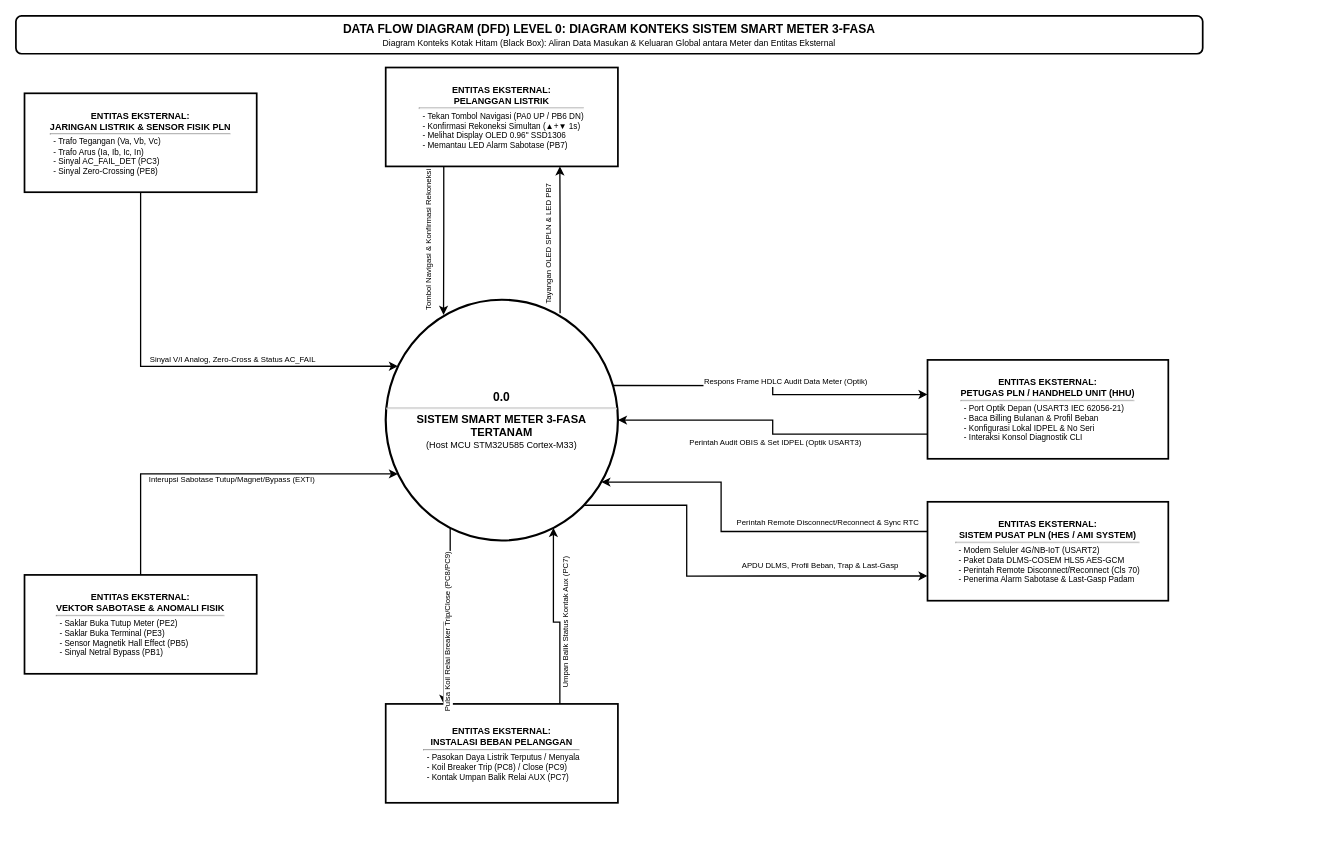
This is page "DFD Level 0: Diagram Konteks" (1 of 3) of docs/system_dfd_diagram.drawio.xml from Kevla27/ALLIN, a draw.io file, before an edit. Source tidied: cells renumbered, new cells numbered last; positions are measured from the earlier drawing's top-left corner, leaving out a move shared by most shapes. Both pictures are drawn from the tidied source at 86%, with x=0, y=0 at pixel (15, 15).
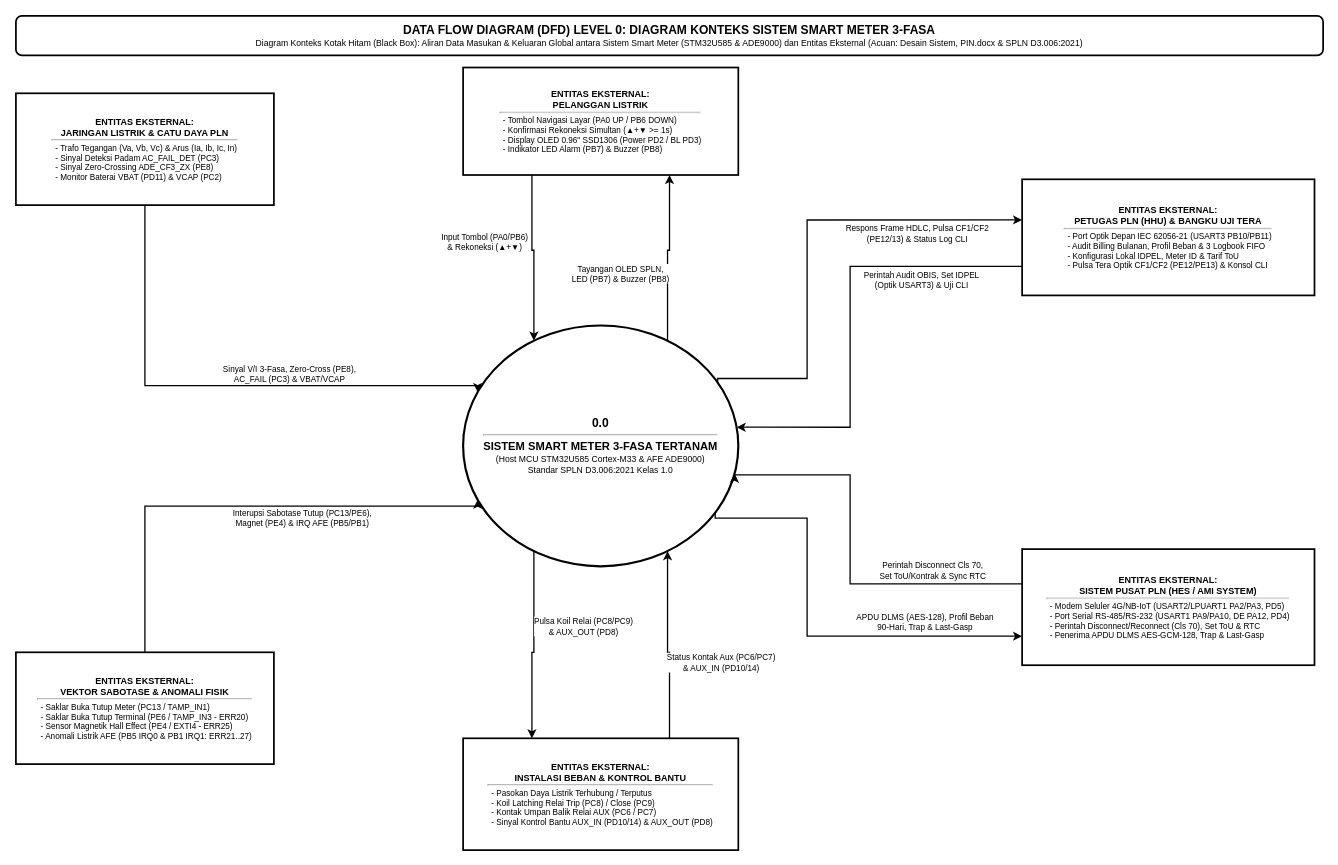
After the change.

Commit message (it also covers changes not shown here):
docs(dfd): synchronize DFD Level 0, 1, 2 with Design For ECE, Desain Sistem, PIN.docx, and SPLN D3.006 (LOG-077)

What changed in the source:
```diff
@@
-    <mxCell id="2" value="&lt;b style=&quot;font-size: 14px;&quot;&gt;DATA FLOW DIAGRAM (DFD) LEVEL 0: DIAGRAM KONTEKS SISTEM SMART METER 3-FASA&lt;/b&gt;&lt;br/&gt;&lt;font style=&quot;font-size: 10px;&quot;&gt;Diagram Konteks Kotak Hitam (Black Box): Aliran Data Masukan &amp;amp; Keluaran Global antara Meter dan Entitas Eksternal&lt;/font&gt;" style="rounded=1;whiteSpace=wrap;html=1;fillColor=#ffffff;strokeColor=#000000;strokeWidth=2;fontColor=#000000;fontSize=12;align=center;fontFamily=Helvetica;" parent="1" vertex="1">
-      <mxGeometry width="1380" height="44" as="geometry" />
+    <mxCell id="2" value="&lt;b style=&quot;font-size: 14px;&quot;&gt;DATA FLOW DIAGRAM (DFD) LEVEL 0: DIAGRAM KONTEKS SISTEM SMART METER 3-FASA&lt;/b&gt;&lt;br/&gt;&lt;font style=&quot;font-size: 10px;&quot;&gt;Diagram Konteks Kotak Hitam (Black Box): Aliran Data Masukan &amp;amp; Keluaran Global antara Sistem Smart Meter (STM32U585 &amp;amp; ADE9000) dan Entitas Eksternal (Acuan: Desain Sistem, PIN.docx &amp;amp; SPLN D3.006:2021)&lt;/font&gt;" style="rounded=1;whiteSpace=wrap;html=1;fillColor=#ffffff;strokeColor=#000000;strokeWidth=2;fontColor=#000000;fontSize=12;align=center;fontFamily=Helvetica;" parent="1" vertex="1">
+      <mxGeometry width="1520" height="46" as="geometry" />
     </mxCell>
-    <mxCell id="3" value="&lt;b style=&quot;font-size:14px;&quot;&gt;0.0&lt;/b&gt;&lt;hr style=&quot;margin:4px 0;&quot;/&gt;&lt;b style=&quot;font-size:13px;&quot;&gt;SISTEM SMART METER 3-FASA TERTANAM&lt;/b&gt;&lt;br/&gt;&lt;font style=&quot;font-size:10.5px;&quot;&gt;(Host MCU STM32U585 Cortex-M33)&lt;/font&gt;" style="ellipse;whiteSpace=wrap;html=1;fillColor=#ffffff;strokeColor=#000000;strokeWidth=2.5;fontColor=#000000;fontSize=11;fontFamily=Helvetica;align=center;" parent="1" vertex="1">
-      <mxGeometry x="430" y="330" width="270" height="280" as="geometry" />
+    <mxCell id="3" value="&lt;b style=&quot;font-size:14px;&quot;&gt;0.0&lt;/b&gt;&lt;hr style=&quot;margin:4px 0;&quot;/&gt;&lt;b style=&quot;font-size:13px;&quot;&gt;SISTEM SMART METER 3-FASA TERTANAM&lt;/b&gt;&lt;br/&gt;&lt;font style=&quot;font-size:10px;&quot;&gt;(Host MCU STM32U585 Cortex-M33 &amp;amp; AFE ADE9000)&lt;br/&gt;Standar SPLN D3.006:2021 Kelas 1.0&lt;/font&gt;" style="ellipse;whiteSpace=wrap;html=1;fillColor=#ffffff;strokeColor=#000000;strokeWidth=2.5;fontColor=#000000;fontSize=11;fontFamily=Helvetica;align=center;" parent="1" vertex="1">
+      <mxGeometry x="520" y="360" width="320" height="280" as="geometry" />
     </mxCell>
-    <mxCell id="4" value="&lt;b&gt;ENTITAS EKSTERNAL:&lt;br/&gt;JARINGAN LISTRIK &amp;amp; SENSOR FISIK PLN&lt;/b&gt;&lt;hr style=&quot;margin:2px 0;&quot;/&gt;&lt;div style=&quot;font-size:9.5px;text-align:left;padding-left:4px;&quot;&gt;- Trafo Tegangan (Va, Vb, Vc)&lt;br/&gt;- Trafo Arus (Ia, Ib, Ic, In)&lt;br/&gt;- Sinyal AC_FAIL_DET (PC3)&lt;br/&gt;- Sinyal Zero-Crossing (PE8)&lt;/div&gt;" style="rounded=0;whiteSpace=wrap;html=1;fillColor=#ffffff;strokeColor=#000000;strokeWidth=2;fontColor=#000000;fontSize=10.5;fontFamily=Helvetica;align=center;" parent="1" vertex="1">
-      <mxGeometry x="10" y="90" width="270" height="115" as="geometry" />
+    <mxCell id="4" value="&lt;b&gt;ENTITAS EKSTERNAL:&lt;br/&gt;JARINGAN LISTRIK &amp;amp; CATU DAYA PLN&lt;/b&gt;&lt;hr style=&quot;margin:2px 0;&quot;/&gt;&lt;div style=&quot;font-size:9.5px;text-align:left;padding-left:4px;&quot;&gt;- Trafo Tegangan (Va, Vb, Vc) &amp;amp; Arus (Ia, Ib, Ic, In)&lt;br/&gt;- Sinyal Deteksi Padam AC_FAIL_DET (PC3)&lt;br/&gt;- Sinyal Zero-Crossing ADE_CF3_ZX (PE8)&lt;br/&gt;- Monitor Baterai VBAT (PD11) &amp;amp; VCAP (PC2)&lt;/div&gt;" style="rounded=0;whiteSpace=wrap;html=1;fillColor=#ffffff;strokeColor=#000000;strokeWidth=2;fontColor=#000000;fontSize=10.5;fontFamily=Helvetica;align=center;" parent="1" vertex="1">
+      <mxGeometry y="90" width="300" height="130" as="geometry" />
     </mxCell>
-    <mxCell id="5" value="&lt;b&gt;ENTITAS EKSTERNAL:&lt;br/&gt;VEKTOR SABOTASE &amp;amp; ANOMALI FISIK&lt;/b&gt;&lt;hr style=&quot;margin:2px 0;&quot;/&gt;&lt;div style=&quot;font-size:9.5px;text-align:left;padding-left:4px;&quot;&gt;- Saklar Buka Tutup Meter (PE2)&lt;br/&gt;- Saklar Buka Terminal (PE3)&lt;br/&gt;- Sensor Magnetik Hall Effect (PB5)&lt;br/&gt;- Sinyal Netral Bypass (PB1)&lt;/div&gt;" style="rounded=0;whiteSpace=wrap;html=1;fillColor=#ffffff;strokeColor=#000000;strokeWidth=2;fontColor=#000000;fontSize=10.5;fontFamily=Helvetica;align=center;" parent="1" vertex="1">
-      <mxGeometry x="10" y="650" width="270" height="115" as="geometry" />
+    <mxCell id="5" value="&lt;b&gt;ENTITAS EKSTERNAL:&lt;br/&gt;VEKTOR SABOTASE &amp;amp; ANOMALI FISIK&lt;/b&gt;&lt;hr style=&quot;margin:2px 0;&quot;/&gt;&lt;div style=&quot;font-size:9.5px;text-align:left;padding-left:4px;&quot;&gt;- Saklar Buka Tutup Meter (PC13 / TAMP_IN1)&lt;br/&gt;- Saklar Buka Tutup Terminal (PE6 / TAMP_IN3 - ERR20)&lt;br/&gt;- Sensor Magnetik Hall Effect (PE4 / EXTI4 - ERR25)&lt;br/&gt;- Anomali Listrik AFE (PB5 IRQ0 &amp;amp; PB1 IRQ1: ERR21..27)&lt;/div&gt;" style="rounded=0;whiteSpace=wrap;html=1;fillColor=#ffffff;strokeColor=#000000;strokeWidth=2;fontColor=#000000;fontSize=10.5;fontFamily=Helvetica;align=center;" parent="1" vertex="1">
+      <mxGeometry y="740" width="300" height="130" as="geometry" />
     </mxCell>
-    <mxCell id="6" value="&lt;b&gt;ENTITAS EKSTERNAL:&lt;br/&gt;PELANGGAN LISTRIK&lt;/b&gt;&lt;hr style=&quot;margin:2px 0;&quot;/&gt;&lt;div style=&quot;font-size:9.5px;text-align:left;padding-left:4px;&quot;&gt;- Tekan Tombol Navigasi (PA0 UP / PB6 DN)&lt;br/&gt;- Konfirmasi Rekoneksi Simultan (▲+▼ 1s)&lt;br/&gt;- Melihat Display OLED 0.96&quot; SSD1306&lt;br/&gt;- Memantau LED Alarm Sabotase (PB7)&lt;/div&gt;" style="rounded=0;whiteSpace=wrap;html=1;fillColor=#ffffff;strokeColor=#000000;strokeWidth=2;fontColor=#000000;fontSize=10.5;fontFamily=Helvetica;align=center;" parent="1" vertex="1">
-      <mxGeometry x="430" y="60" width="270" height="115" as="geometry" />
+    <mxCell id="6" value="&lt;b&gt;ENTITAS EKSTERNAL:&lt;br/&gt;PELANGGAN LISTRIK&lt;/b&gt;&lt;hr style=&quot;margin:2px 0;&quot;/&gt;&lt;div style=&quot;font-size:9.5px;text-align:left;padding-left:4px;&quot;&gt;- Tombol Navigasi Layar (PA0 UP / PB6 DOWN)&lt;br/&gt;- Konfirmasi Rekoneksi Simultan (▲+▼ &amp;gt;= 1s)&lt;br/&gt;- Display OLED 0.96&quot; SSD1306 (Power PD2 / BL PD3)&lt;br/&gt;- Indikator LED Alarm (PB7) &amp;amp; Buzzer (PB8)&lt;/div&gt;" style="rounded=0;whiteSpace=wrap;html=1;fillColor=#ffffff;strokeColor=#000000;strokeWidth=2;fontColor=#000000;fontSize=10.5;fontFamily=Helvetica;align=center;" parent="1" vertex="1">
+      <mxGeometry x="520" y="60" width="320" height="125" as="geometry" />
     </mxCell>
-    <mxCell id="7" value="&lt;b&gt;ENTITAS EKSTERNAL:&lt;br/&gt;INSTALASI BEBAN PELANGGAN&lt;/b&gt;&lt;hr style=&quot;margin:2px 0;&quot;/&gt;&lt;div style=&quot;font-size:9.5px;text-align:left;padding-left:4px;&quot;&gt;- Pasokan Daya Listrik Terputus / Menyala&lt;br/&gt;- Koil Breaker Trip (PC8) / Close (PC9)&lt;br/&gt;- Kontak Umpan Balik Relai AUX (PC7)&lt;/div&gt;" style="rounded=0;whiteSpace=wrap;html=1;fillColor=#ffffff;strokeColor=#000000;strokeWidth=2;fontColor=#000000;fontSize=10.5;fontFamily=Helvetica;align=center;" parent="1" vertex="1">
-      <mxGeometry x="430" y="800" width="270" height="115" as="geometry" />
+    <mxCell id="7" value="&lt;b&gt;ENTITAS EKSTERNAL:&lt;br/&gt;INSTALASI BEBAN &amp;amp; KONTROL BANTU&lt;/b&gt;&lt;hr style=&quot;margin:2px 0;&quot;/&gt;&lt;div style=&quot;font-size:9.5px;text-align:left;padding-left:4px;&quot;&gt;- Pasokan Daya Listrik Terhubung / Terputus&lt;br/&gt;- Koil Latching Relai Trip (PC8) / Close (PC9)&lt;br/&gt;- Kontak Umpan Balik Relai AUX (PC6 / PC7)&lt;br/&gt;- Sinyal Kontrol Bantu AUX_IN (PD10/14) &amp;amp; AUX_OUT (PD8)&lt;/div&gt;" style="rounded=0;whiteSpace=wrap;html=1;fillColor=#ffffff;strokeColor=#000000;strokeWidth=2;fontColor=#000000;fontSize=10.5;fontFamily=Helvetica;align=center;" parent="1" vertex="1">
+      <mxGeometry x="520" y="840" width="320" height="130" as="geometry" />
     </mxCell>
-    <mxCell id="8" value="&lt;b&gt;ENTITAS EKSTERNAL:&lt;br/&gt;PETUGAS PLN / HANDHELD UNIT (HHU)&lt;/b&gt;&lt;hr style=&quot;margin:2px 0;&quot;/&gt;&lt;div style=&quot;font-size:9.5px;text-align:left;padding-left:4px;&quot;&gt;- Port Optik Depan (USART3 IEC 62056-21)&lt;br/&gt;- Baca Billing Bulanan &amp;amp; Profil Beban&lt;br/&gt;- Konfigurasi Lokal IDPEL &amp;amp; No Seri&lt;br/&gt;- Interaksi Konsol Diagnostik CLI&lt;/div&gt;" style="rounded=0;whiteSpace=wrap;html=1;fillColor=#ffffff;strokeColor=#000000;strokeWidth=2;fontColor=#000000;fontSize=10.5;fontFamily=Helvetica;align=center;" parent="1" vertex="1">
-      <mxGeometry x="1060" y="400" width="280" height="115" as="geometry" />
+    <mxCell id="8" value="&lt;b&gt;ENTITAS EKSTERNAL:&lt;br/&gt;PETUGAS PLN (HHU) &amp;amp; BANGKU UJI TERA&lt;/b&gt;&lt;hr style=&quot;margin:2px 0;&quot;/&gt;&lt;div style=&quot;font-size:9.5px;text-align:left;padding-left:4px;&quot;&gt;- Port Optik Depan IEC 62056-21 (USART3 PB10/PB11)&lt;br/&gt;- Audit Billing Bulanan, Profil Beban &amp;amp; 3 Logbook FIFO&lt;br/&gt;- Konfigurasi Lokal IDPEL, Meter ID &amp;amp; Tarif ToU&lt;br/&gt;- Pulsa Tera Optik CF1/CF2 (PE12/PE13) &amp;amp; Konsol CLI&lt;/div&gt;" style="rounded=0;whiteSpace=wrap;html=1;fillColor=#ffffff;strokeColor=#000000;strokeWidth=2;fontColor=#000000;fontSize=10.5;fontFamily=Helvetica;align=center;" parent="1" vertex="1">
+      <mxGeometry x="1170" y="190" width="340" height="135" as="geometry" />
     </mxCell>
-    <mxCell id="9" value="&lt;b&gt;ENTITAS EKSTERNAL:&lt;br/&gt;SISTEM PUSAT PLN (HES / AMI SYSTEM)&lt;/b&gt;&lt;hr style=&quot;margin:2px 0;&quot;/&gt;&lt;div style=&quot;font-size:9.5px;text-align:left;padding-left:4px;&quot;&gt;- Modem Seluler 4G/NB-IoT (USART2)&lt;br/&gt;- Paket Data DLMS-COSEM HLS5 AES-GCM&lt;br/&gt;- Perintah Remote Disconnect/Reconnect (Cls 70)&lt;br/&gt;- Penerima Alarm Sabotase &amp;amp; Last-Gasp Padam&lt;/div&gt;" style="rounded=0;whiteSpace=wrap;html=1;fillColor=#ffffff;strokeColor=#000000;strokeWidth=2;fontColor=#000000;fontSize=10.5;fontFamily=Helvetica;align=center;" parent="1" vertex="1">
-      <mxGeometry x="1060" y="565" width="280" height="115" as="geometry" />
+    <mxCell id="9" value="&lt;b&gt;ENTITAS EKSTERNAL:&lt;br/&gt;SISTEM PUSAT PLN (HES / AMI SYSTEM)&lt;/b&gt;&lt;hr style=&quot;margin:2px 0;&quot;/&gt;&lt;div style=&quot;font-size:9.5px;text-align:left;padding-left:4px;&quot;&gt;- Modem Seluler 4G/NB-IoT (USART2/LPUART1 PA2/PA3, PD5)&lt;br/&gt;- Port Serial RS-485/RS-232 (USART1 PA9/PA10, DE PA12, PD4)&lt;br/&gt;- Perintah Disconnect/Reconnect (Cls 70), Set ToU &amp;amp; RTC&lt;br/&gt;- Penerima APDU DLMS AES-GCM-128, Trap &amp;amp; Last-Gasp&lt;/div&gt;" style="rounded=0;whiteSpace=wrap;html=1;fillColor=#ffffff;strokeColor=#000000;strokeWidth=2;fontColor=#000000;fontSize=10.5;fontFamily=Helvetica;align=center;" parent="1" vertex="1">
+      <mxGeometry x="1170" y="620" width="340" height="135" as="geometry" />
     </mxCell>
-    <mxCell id="10" value="Sinyal V/I Analog, Zero-Cross &amp;amp; Status AC_FAIL" style="edgeStyle=orthogonalEdgeStyle;rounded=0;jettySize=auto;html=1;strokeColor=#000000;strokeWidth=1.5;endArrow=classic;endFill=1;labelBackgroundColor=#ffffff;fontColor=#000000;fontSize=9;fontFamily=Helvetica;exitX=0.5;exitY=1;exitDx=0;exitDy=0;entryX=0;entryY=0.25;entryDx=0;entryDy=0;" parent="1" edge="1" source="4" target="3">
-      <mxGeometry x="0.23" y="7" relative="1" as="geometry">
+    <mxCell id="10" value="Sinyal V/I 3-Fasa, Zero-Cross (PE8),&lt;br/&gt;AC_FAIL (PC3) &amp;amp; VBAT/VCAP" style="edgeStyle=orthogonalEdgeStyle;rounded=0;jettySize=auto;html=1;strokeColor=#000000;strokeWidth=1.5;endArrow=classic;endFill=1;labelBackgroundColor=#ffffff;fontColor=#000000;fontSize=9.5;fontFamily=Helvetica;exitX=0.5;exitY=1;entryX=0;entryY=0.25;" parent="1" edge="1" source="4" target="3">
+      <mxGeometry x="0.25" y="14" relative="1" as="geometry">
         <Array as="points">
-          <mxPoint x="145" y="407.4" />
+          <mxPoint x="150" y="430" />
         </Array>
       </mxGeometry>
     </mxCell>
-    <mxCell id="11" value="Interupsi Sabotase Tutup/Magnet/Bypass (EXTI)" style="edgeStyle=orthogonalEdgeStyle;rounded=0;jettySize=auto;html=1;strokeColor=#000000;strokeWidth=1.5;endArrow=classic;endFill=1;labelBackgroundColor=#ffffff;fontColor=#000000;fontSize=9;fontFamily=Helvetica;exitX=0.5;exitY=0;exitDx=0;exitDy=0;entryX=0;entryY=0.75;entryDx=0;entryDy=0;" parent="1" edge="1" source="5" target="3">
-      <mxGeometry x="0.07" y="-7" relative="1" as="geometry">
+    <mxCell id="11" value="Interupsi Sabotase Tutup (PC13/PE6),&lt;br/&gt;Magnet (PE4) &amp;amp; IRQ AFE (PB5/PB1)" style="edgeStyle=orthogonalEdgeStyle;rounded=0;jettySize=auto;html=1;strokeColor=#000000;strokeWidth=1.5;endArrow=classic;endFill=1;labelBackgroundColor=#ffffff;fontColor=#000000;fontSize=9.5;fontFamily=Helvetica;exitX=0.5;exitY=0;entryX=0;entryY=0.75;" parent="1" edge="1" source="5" target="3">
+      <mxGeometry x="0.25" y="-14" relative="1" as="geometry">
         <Array as="points">
-          <mxPoint x="145" y="532.6" />
+          <mxPoint x="150" y="570" />
         </Array>
       </mxGeometry>
     </mxCell>
-    <mxCell id="12" value="Tombol Navigasi &amp;amp; Konfirmasi Rekoneksi" style="edgeStyle=orthogonalEdgeStyle;rounded=0;jettySize=auto;html=1;strokeColor=#000000;strokeWidth=1.5;endArrow=classic;endFill=1;labelBackgroundColor=#ffffff;fontColor=#000000;fontSize=9;fontFamily=Helvetica;exitX=0.25;exitY=1;exitDx=0;exitDy=0;entryX=0.249;entryY=0.063;entryDx=0;entryDy=0;entryPerimeter=0;horizontal=0;" parent="1" edge="1" source="6" target="3">
-      <mxGeometry x="-0.01" y="-17" relative="1" as="geometry" />
+    <mxCell id="12" value="Input Tombol (PA0/PB6)&lt;br/&gt;&amp;amp; Rekoneksi (▲+▼)" style="edgeStyle=orthogonalEdgeStyle;rounded=0;jettySize=auto;html=1;strokeColor=#000000;strokeWidth=1.5;endArrow=classic;endFill=1;labelBackgroundColor=#ffffff;fontColor=#000000;fontSize=9.5;fontFamily=Helvetica;exitX=0.25;exitY=1;entryX=0.25;entryY=0.05;" parent="1" edge="1" source="6" target="3">
+      <mxGeometry x="-0.2" y="-55" relative="1" as="geometry" />
     </mxCell>
-    <mxCell id="13" value="Tayangan OLED SPLN &amp;amp; LED PB7" style="edgeStyle=orthogonalEdgeStyle;rounded=0;jettySize=auto;html=1;strokeColor=#000000;strokeWidth=1.5;endArrow=classic;endFill=1;labelBackgroundColor=#ffffff;fontColor=#000000;fontSize=9;fontFamily=Helvetica;exitX=0.751;exitY=0.056;exitDx=0;exitDy=0;entryX=0.75;entryY=1;entryDx=0;entryDy=0;exitPerimeter=0;horizontal=0;" parent="1" edge="1" source="3" target="6">
-      <mxGeometry x="-0.07" y="13" relative="1" as="geometry" />
+    <mxCell id="13" value="Tayangan OLED SPLN,&lt;br/&gt;LED (PB7) &amp;amp; Buzzer (PB8)" style="edgeStyle=orthogonalEdgeStyle;rounded=0;jettySize=auto;html=1;strokeColor=#000000;strokeWidth=1.5;endArrow=classic;endFill=1;labelBackgroundColor=#ffffff;fontColor=#000000;fontSize=9.5;fontFamily=Helvetica;exitX=0.75;exitY=0.05;entryX=0.75;entryY=1;" parent="1" edge="1" source="3" target="6">
+      <mxGeometry x="-0.2" y="55" relative="1" as="geometry" />
     </mxCell>
-    <mxCell id="14" value="Pulsa Koil Relai Breaker Trip/Close (PC8/PC9)" style="edgeStyle=orthogonalEdgeStyle;rounded=0;jettySize=auto;html=1;strokeColor=#000000;strokeWidth=1.5;endArrow=classic;endFill=1;labelBackgroundColor=#ffffff;fontColor=#000000;fontSize=9;fontFamily=Helvetica;exitX=0.25;exitY=1;exitDx=0;exitDy=0;entryX=0.25;entryY=0;entryDx=0;entryDy=0;horizontal=0;" parent="1" edge="1" source="3" target="7">
-      <mxGeometry x="0.06" y="12" relative="1" as="geometry" />
+    <mxCell id="14" value="Pulsa Koil Relai (PC8/PC9)&lt;br/&gt;&amp;amp; AUX_OUT (PD8)" style="edgeStyle=orthogonalEdgeStyle;rounded=0;jettySize=auto;html=1;strokeColor=#000000;strokeWidth=1.5;endArrow=classic;endFill=1;labelBackgroundColor=#ffffff;fontColor=#000000;fontSize=9.5;fontFamily=Helvetica;exitX=0.25;exitY=0.95;entryX=0.25;entryY=0;" parent="1" edge="1" source="3" target="7">
+      <mxGeometry x="-0.2" y="58" relative="1" as="geometry" />
     </mxCell>
-    <mxCell id="15" value="Umpan Balik Status Kontak Aux (PC7)" style="edgeStyle=orthogonalEdgeStyle;rounded=0;jettySize=auto;html=1;strokeColor=#000000;strokeWidth=1.5;endArrow=classic;endFill=1;labelBackgroundColor=#ffffff;fontColor=#000000;fontSize=9;fontFamily=Helvetica;exitX=0.75;exitY=0;exitDx=0;exitDy=0;entryX=0.75;entryY=1;entryDx=0;entryDy=0;horizontal=0;" parent="1" edge="1" source="7" target="3">
-      <mxGeometry x="-0.11" y="-7" relative="1" as="geometry" />
+    <mxCell id="15" value="Status Kontak Aux (PC6/PC7)&lt;br/&gt;&amp;amp; AUX_IN (PD10/14)" style="edgeStyle=orthogonalEdgeStyle;rounded=0;jettySize=auto;html=1;strokeColor=#000000;strokeWidth=1.5;endArrow=classic;endFill=1;labelBackgroundColor=#ffffff;fontColor=#000000;fontSize=9.5;fontFamily=Helvetica;exitX=0.75;exitY=0;entryX=0.75;entryY=0.95;" parent="1" edge="1" source="7" target="3">
+      <mxGeometry x="-0.2" y="-60" relative="1" as="geometry" />
     </mxCell>
+    <mxCell id="17" value="Respons Frame HDLC, Pulsa CF1/CF2&lt;br/&gt;(PE12/13) &amp;amp; Status Log CLI" style="edgeStyle=orthogonalEdgeStyle;rounded=0;jettySize=auto;html=1;strokeColor=#000000;strokeWidth=1.5;endArrow=classic;endFill=1;labelBackgroundColor=#ffffff;fontColor=#000000;fontSize=9.5;fontFamily=Helvetica;exitX=0.95;exitY=0.22;entryX=0;entryY=0.35;" parent="1" edge="1" source="3" target="8">
+      <mxGeometry x="0.55" y="-16" relative="1" as="geometry">
+        <Array as="points">
+          <mxPoint x="920" y="421.6" />
+          <mxPoint x="920" y="237.2" />
+        </Array>
+      </mxGeometry>
+    </mxCell>
-    <mxCell id="16" value="Perintah Audit OBIS &amp;amp; Set IDPEL (Optik USART3)" style="edgeStyle=orthogonalEdgeStyle;rounded=0;jettySize=auto;html=1;strokeColor=#000000;strokeWidth=1.5;endArrow=classic;endFill=1;labelBackgroundColor=#ffffff;fontColor=#000000;fontSize=9;fontFamily=Helvetica;exitX=0;exitY=0.75;exitDx=0;exitDy=0;entryX=1;entryY=0.5;entryDx=0;entryDy=0;" parent="1" edge="1" source="8" target="3">
-      <mxGeometry x="-0.06" y="10" relative="1" as="geometry" />
+    <mxCell id="16" value="Perintah Audit OBIS, Set IDPEL&lt;br/&gt;(Optik USART3) &amp;amp; Uji CLI" style="edgeStyle=orthogonalEdgeStyle;rounded=0;jettySize=auto;html=1;strokeColor=#000000;strokeWidth=1.5;endArrow=classic;endFill=1;labelBackgroundColor=#ffffff;fontColor=#000000;fontSize=9.5;fontFamily=Helvetica;exitX=0;exitY=0.75;entryX=1;entryY=0.42;" parent="1" edge="1" source="8" target="3">
+      <mxGeometry x="-0.55" y="16" relative="1" as="geometry">
+        <Array as="points">
+          <mxPoint x="970" y="291.2" />
+          <mxPoint x="970" y="477.6" />
+        </Array>
+      </mxGeometry>
     </mxCell>
-    <mxCell id="17" value="Respons Frame HDLC Audit Data Meter (Optik)" style="edgeStyle=orthogonalEdgeStyle;rounded=0;jettySize=auto;html=1;strokeColor=#000000;strokeWidth=1.5;endArrow=classic;endFill=1;labelBackgroundColor=#ffffff;fontColor=#000000;fontSize=9;fontFamily=Helvetica;exitX=1;exitY=0.35;exitDx=0;exitDy=0;entryX=0;entryY=0.35;entryDx=0;entryDy=0;" parent="1" edge="1" source="3" target="8">
-      <mxGeometry x="0.12" y="14" relative="1" as="geometry" />
-    </mxCell>
-    <mxCell id="18" value="Perintah Remote Disconnect/Reconnect &amp;amp; Sync RTC" style="edgeStyle=orthogonalEdgeStyle;rounded=0;jettySize=auto;html=1;strokeColor=#000000;strokeWidth=1.5;endArrow=classic;endFill=1;labelBackgroundColor=#ffffff;fontColor=#000000;fontSize=9;fontFamily=Helvetica;exitX=0;exitY=0.3;exitDx=0;exitDy=0;entryX=1;entryY=0.8;entryDx=0;entryDy=0;" parent="1" edge="1" source="9" target="3">
-      <mxGeometry x="-0.47" y="-9" relative="1" as="geometry">
+    <mxCell id="18" value="Perintah Disconnect Cls 70,&lt;br/&gt;Set ToU/Kontrak &amp;amp; Sync RTC" style="edgeStyle=orthogonalEdgeStyle;rounded=0;jettySize=auto;html=1;strokeColor=#000000;strokeWidth=1.5;endArrow=classic;endFill=1;labelBackgroundColor=#ffffff;fontColor=#000000;fontSize=9.5;fontFamily=Helvetica;exitX=0;exitY=0.3;entryX=1;entryY=0.62;" parent="1" edge="1" source="9" target="3">
+      <mxGeometry x="-0.55" y="-16" relative="1" as="geometry">
         <Array as="points">
-          <mxPoint x="820" y="599.5" />
-          <mxPoint x="820" y="542" />
+          <mxPoint x="970" y="660.5" />
+          <mxPoint x="970" y="533.6" />
         </Array>
-        <mxPoint y="-1" as="offset" />
       </mxGeometry>
     </mxCell>
-    <mxCell id="19" value="APDU DLMS, Profil Beban, Trap &amp;amp; Last-Gasp" style="edgeStyle=orthogonalEdgeStyle;rounded=0;jettySize=auto;html=1;strokeColor=#000000;strokeWidth=1.5;endArrow=classic;endFill=1;labelBackgroundColor=#ffffff;fontColor=#000000;fontSize=9;fontFamily=Helvetica;exitX=0.9;exitY=0.9;exitDx=0;exitDy=0;entryX=0;entryY=0.75;entryDx=0;entryDy=0;" parent="1" edge="1" source="3" target="9">
-      <mxGeometry x="0.48" y="11" relative="1" as="geometry">
+    <mxCell id="19" value="APDU DLMS (AES-128), Profil Beban&lt;br/&gt;90-Hari, Trap &amp;amp; Last-Gasp" style="edgeStyle=orthogonalEdgeStyle;rounded=0;jettySize=auto;html=1;strokeColor=#000000;strokeWidth=1.5;endArrow=classic;endFill=1;labelBackgroundColor=#ffffff;fontColor=#000000;fontSize=9.5;fontFamily=Helvetica;exitX=0.95;exitY=0.8;entryX=0;entryY=0.75;" parent="1" edge="1" source="3" target="9">
+      <mxGeometry x="0.55" y="16" relative="1" as="geometry">
         <Array as="points">
-          <mxPoint x="780" y="569" />
-          <mxPoint x="780" y="651.3" />
+          <mxPoint x="920" y="584" />
+          <mxPoint x="920" y="721.2" />
         </Array>
       </mxGeometry>
     </mxCell>
```
